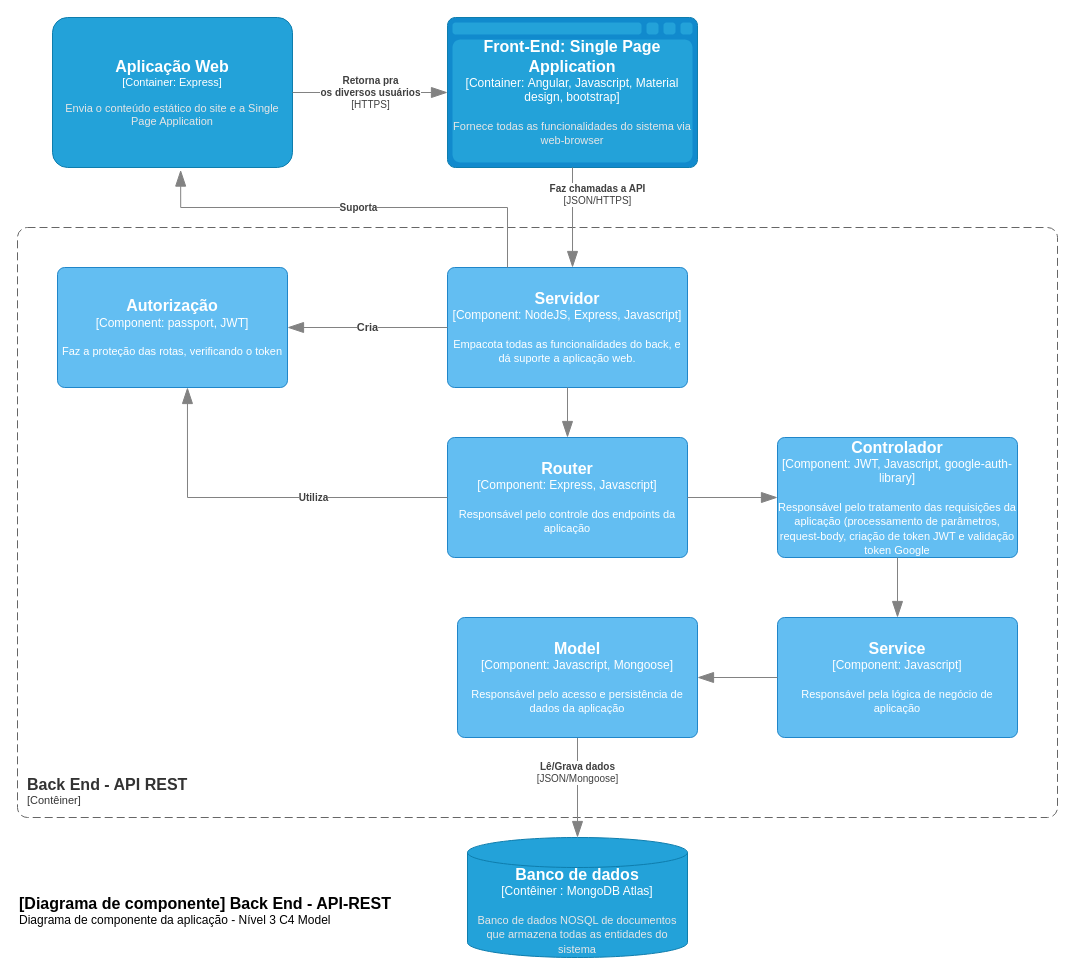
Before: page "Nível 3 - Componente Back End - API REST" (4 of 4) of projeto/documentacao/C4Model.drawio in adjamirgalvao/pucminas, a draw.io diagram. Source tidied: cells renumbered, new cells numbered last; positions are measured from the earlier drawing's top-left corner, leaving out a move shared by most shapes. Both pictures are drawn from the tidied source at 100%, with x=0, y=0 at pixel (17, 17).
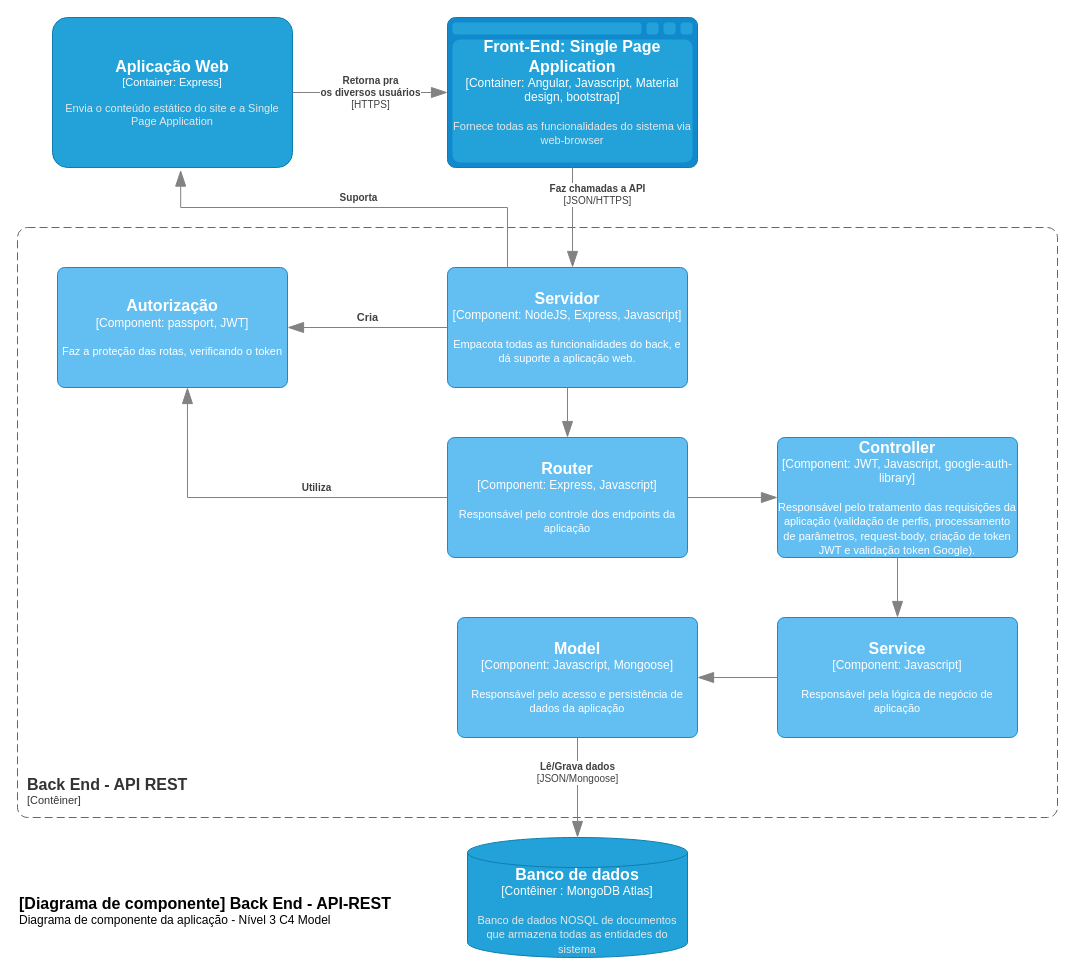
The same page after the edit.

Commit message (it also covers changes not shown here):
documentação e melhorando layout da aplicação

Unchanged cells that the change refers to:
```xml
<object id="8" label="&lt;font style=&quot;font-size: 16px&quot;&gt;&lt;b&gt;%c4Name%&lt;/b&gt;&lt;/font&gt;&lt;div&gt;[%c4Type%: %c4Technology%]&lt;/div&gt;&lt;br&gt;&lt;div&gt;&lt;font style=&quot;font-size: 11px&quot;&gt;%c4Description%&lt;/font&gt;&lt;/div&gt;" c4Description="Empacota todas as funcionalidades do back, e dá suporte a aplicação web." c4Name="Servidor" c4Technology="NodeJS, Express, Javascript" c4Type="Component" placeholders="1">
  <mxCell style="rounded=1;whiteSpace=wrap;html=1;labelBackgroundColor=none;fillColor=#63BEF2;fontColor=#ffffff;align=center;arcSize=6;strokeColor=#2086C9;points=[[0.25,0,0],[0.5,0,0],[0.75,0,0],[1,0.25,0],[1,0.5,0],[1,0.75,0],[0.75,1,0],[0.5,1,0],[0.25,1,0],[0,0.75,0],[0,0.5,0],[0,0.25,0]];" parent="1" vertex="1">
    <mxGeometry x="430" y="250" width="240" height="120" as="geometry" />
  </mxCell>
</object>
<object id="9" label="&lt;font style=&quot;font-size: 16px&quot;&gt;&lt;b&gt;%c4Name%&lt;/b&gt;&lt;/font&gt;&lt;div&gt;[%c4Type%: %c4Technology%]&lt;/div&gt;&lt;br&gt;&lt;div&gt;&lt;font style=&quot;font-size: 11px&quot;&gt;%c4Description%&lt;/font&gt;&lt;/div&gt;" c4Description="Faz a proteção das rotas, verificando o token" c4Name="Autorização" c4Technology="passport, JWT" c4Type="Component" placeholders="1">
  <mxCell style="rounded=1;whiteSpace=wrap;html=1;labelBackgroundColor=none;fillColor=#63BEF2;fontColor=#ffffff;align=center;arcSize=6;strokeColor=#2086C9;points=[[0.25,0,0],[0.5,0,0],[0.75,0,0],[1,0.25,0],[1,0.5,0],[1,0.75,0],[0.75,1,0],[0.5,1,0],[0.25,1,0],[0,0.75,0],[0,0.5,0],[0,0.25,0]];" parent="1" vertex="1">
    <mxGeometry x="40" y="250" width="230" height="120" as="geometry" />
  </mxCell>
</object>
<object id="10" label="&lt;font style=&quot;font-size: 16px&quot;&gt;&lt;b&gt;%c4Name%&lt;/b&gt;&lt;/font&gt;&lt;div&gt;[%c4Type%: %c4Technology%]&lt;/div&gt;&lt;br&gt;&lt;div&gt;&lt;font style=&quot;font-size: 11px&quot;&gt;&lt;font color=&quot;#E6E6E6&quot;&gt;%c4Description%&lt;/font&gt;&lt;/div&gt;" c4Description="Envia o conteúdo estático do site e a Single Page Application" c4Name="Aplicação Web" c4Technology="Express" c4Type="Container" placeholders="1">
  <mxCell style="rounded=1;whiteSpace=wrap;html=1;fontSize=11;labelBackgroundColor=none;fillColor=#23A2D9;fontColor=#ffffff;align=center;arcSize=10;strokeColor=#0E7DAD;points=[[0.25,0,0],[0.5,0,0],[0.75,0,0],[1,0.25,0],[1,0.5,0],[1,0.75,0],[0.75,1,0],[0.5,1,0],[0.25,1,0],[0,0.75,0],[0,0.5,0],[0,0.25,0]];" parent="1" vertex="1">
    <mxGeometry x="35" width="240" height="150" as="geometry" />
  </mxCell>
</object>
<object id="13" label="&lt;font style=&quot;font-size: 16px&quot;&gt;&lt;b&gt;%c4Name%&lt;/b&gt;&lt;/font&gt;&lt;div&gt;[%c4Type%: %c4Technology%]&lt;/div&gt;&lt;br&gt;&lt;div&gt;&lt;font style=&quot;font-size: 11px&quot;&gt;%c4Description%&lt;/font&gt;&lt;/div&gt;" c4Description="Responsável pelo controle dos endpoints da aplicação" c4Name="Router " c4Technology="Express, Javascript" c4Type="Component" placeholders="1">
  <mxCell style="rounded=1;whiteSpace=wrap;html=1;labelBackgroundColor=none;fillColor=#63BEF2;fontColor=#ffffff;align=center;arcSize=6;strokeColor=#2086C9;points=[[0.25,0,0],[0.5,0,0],[0.75,0,0],[1,0.25,0],[1,0.5,0],[1,0.75,0],[0.75,1,0],[0.5,1,0],[0.25,1,0],[0,0.75,0],[0,0.5,0],[0,0.25,0]];" parent="1" vertex="1">
    <mxGeometry x="430" y="420" width="240" height="120" as="geometry" />
  </mxCell>
</object>
```

What changed in the source:
```diff
@@
     <object id="12" label="&lt;div style=&quot;text-align: left&quot;&gt;&lt;div style=&quot;text-align: center&quot;&gt;&lt;b&gt;%c4Description%&lt;/b&gt;&lt;/div&gt;" c4Description="Cria" placeholders="1">
       <mxCell style="endArrow=blockThin;html=1;fontSize=11;fontColor=#404040;strokeWidth=1;endFill=1;strokeColor=#828282;elbow=vertical;endSize=14;startSize=14;jumpStyle=arc;jumpSize=16;rounded=0;edgeStyle=orthogonalEdgeStyle;exitX=0;exitY=0.5;exitDx=0;exitDy=0;exitPerimeter=0;entryX=1;entryY=0.5;entryDx=0;entryDy=0;entryPerimeter=0;" parent="1" edge="1" source="8" target="9">
-        <mxGeometry relative="1" as="geometry" />
+        <mxGeometry y="-10" relative="1" as="geometry" />
       </mxCell>
     </object>
@@
     <object id="15" label="&lt;div style=&quot;text-align: left&quot;&gt;&lt;div style=&quot;text-align: center&quot;&gt;&lt;b&gt;%c4Description%&lt;/b&gt;&lt;/div&gt;" c4Description="Utiliza" placeholders="1">
       <mxCell style="endArrow=blockThin;html=1;fontSize=10;fontColor=#404040;strokeWidth=1;endFill=1;strokeColor=#828282;elbow=vertical;endSize=14;startSize=14;jumpStyle=arc;jumpSize=16;rounded=0;edgeStyle=orthogonalEdgeStyle;entryX=0.565;entryY=1;entryDx=0;entryDy=0;entryPerimeter=0;exitX=0;exitY=0.5;exitDx=0;exitDy=0;exitPerimeter=0;" parent="1" edge="1" source="13" target="9">
-        <mxGeometry x="-0.28" relative="1" as="geometry">
+        <mxGeometry x="-0.3" y="-10" relative="1" as="geometry">
           <mxPoint x="-1" as="offset" />
         </mxGeometry>
       </mxCell>
     </object>
     <object id="16" label="&lt;div style=&quot;text-align: left&quot;&gt;&lt;div style=&quot;text-align: center&quot;&gt;&lt;b&gt;%c4Description%&lt;/b&gt;&lt;/div&gt;" c4Description="Suporta" placeholders="1">
       <mxCell style="endArrow=blockThin;html=1;fontSize=10;fontColor=#404040;strokeWidth=1;endFill=1;strokeColor=#828282;elbow=vertical;endSize=14;startSize=14;jumpStyle=arc;jumpSize=16;rounded=0;edgeStyle=orthogonalEdgeStyle;entryX=0.534;entryY=1.017;entryDx=0;entryDy=0;entryPerimeter=0;exitX=0.25;exitY=0;exitDx=0;exitDy=0;exitPerimeter=0;" parent="1" edge="1" source="8" target="10">
-        <mxGeometry x="-0.01" relative="1" as="geometry">
+        <mxGeometry x="-0.01" y="-10" relative="1" as="geometry">
           <Array as="points">
             <mxPoint x="490" y="190" />
             <mxPoint x="163" y="190" />
           </Array>
           <mxPoint x="1" as="offset" />
         </mxGeometry>
       </mxCell>
     </object>
-    <object id="17" label="&lt;font style=&quot;font-size: 16px&quot;&gt;&lt;b&gt;%c4Name%&lt;/b&gt;&lt;/font&gt;&lt;div&gt;[%c4Type%: %c4Technology%]&lt;/div&gt;&lt;br&gt;&lt;div&gt;&lt;font style=&quot;font-size: 11px&quot;&gt;%c4Description%&lt;/font&gt;&lt;/div&gt;" c4Description="Responsável pelo tratamento das requisições da aplicação (processamento de parâmetros, request-body, criação de token JWT e validação token Google" c4Name="Controlador" c4Technology="JWT, Javascript, google-auth-library" c4Type="Component" placeholders="1">
+    <object id="17" label="&lt;font style=&quot;font-size: 16px&quot;&gt;&lt;b&gt;%c4Name%&lt;/b&gt;&lt;/font&gt;&lt;div&gt;[%c4Type%: %c4Technology%]&lt;/div&gt;&lt;br&gt;&lt;div&gt;&lt;font style=&quot;font-size: 11px&quot;&gt;%c4Description%&lt;/font&gt;&lt;/div&gt;" c4Description="Responsável pelo tratamento das requisições da aplicação (validação de perfis, processamento de parâmetros, request-body, criação de token JWT e validação token Google)." c4Name="Controller" c4Technology="JWT, Javascript, google-auth-library" c4Type="Component" placeholders="1">
       <mxCell style="rounded=1;whiteSpace=wrap;html=1;labelBackgroundColor=none;fillColor=#63BEF2;fontColor=#ffffff;align=center;arcSize=6;strokeColor=#2086C9;points=[[0.25,0,0],[0.5,0,0],[0.75,0,0],[1,0.25,0],[1,0.5,0],[1,0.75,0],[0.75,1,0],[0.5,1,0],[0.25,1,0],[0,0.75,0],[0,0.5,0],[0,0.25,0]];" parent="1" vertex="1">
         <mxGeometry x="760" y="420" width="240" height="120" as="geometry" />
       </mxCell>
     </object>
```
